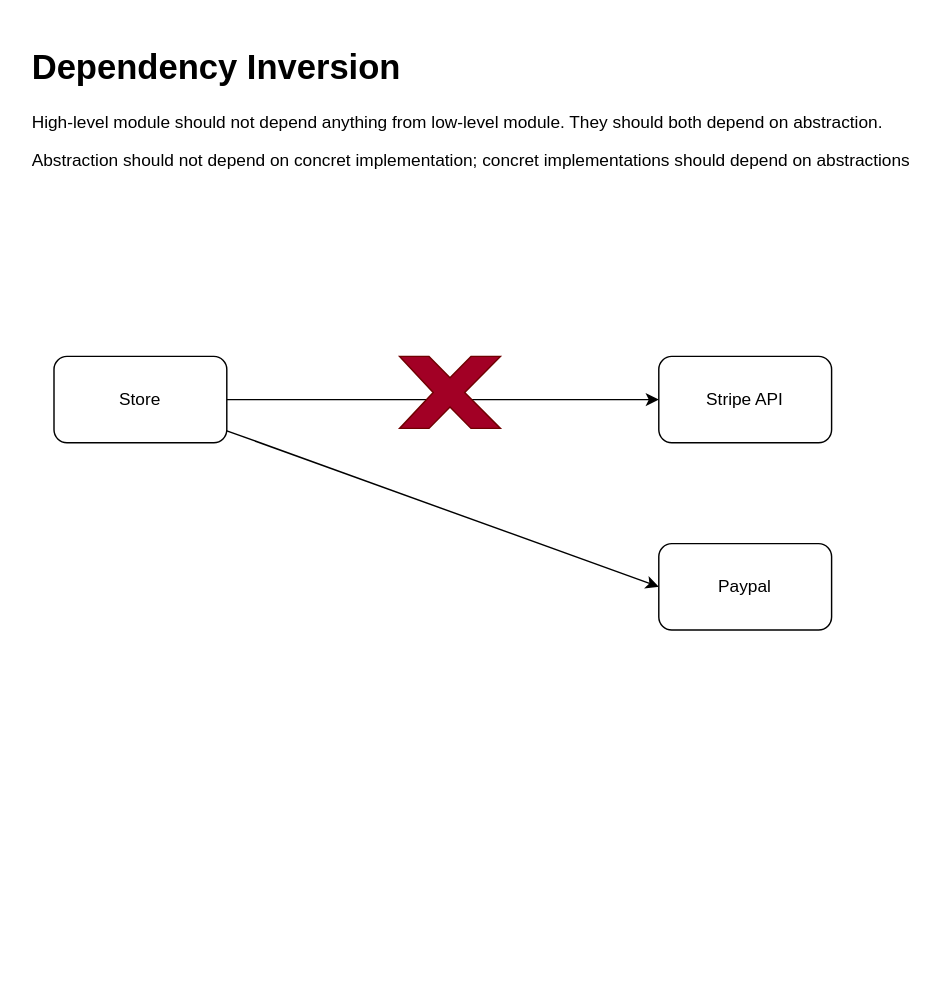
The draw.io diagram Diagram/Diagram.drawio in sithwin/solid-example, before the edit. Source tidied: cells renumbered, new cells numbered last; positions are measured from the earlier drawing's top-left corner, leaving out a move shared by most shapes. Both pictures are drawn from the tidied source at 144%, with x=0, y=0 at pixel (24, 39).
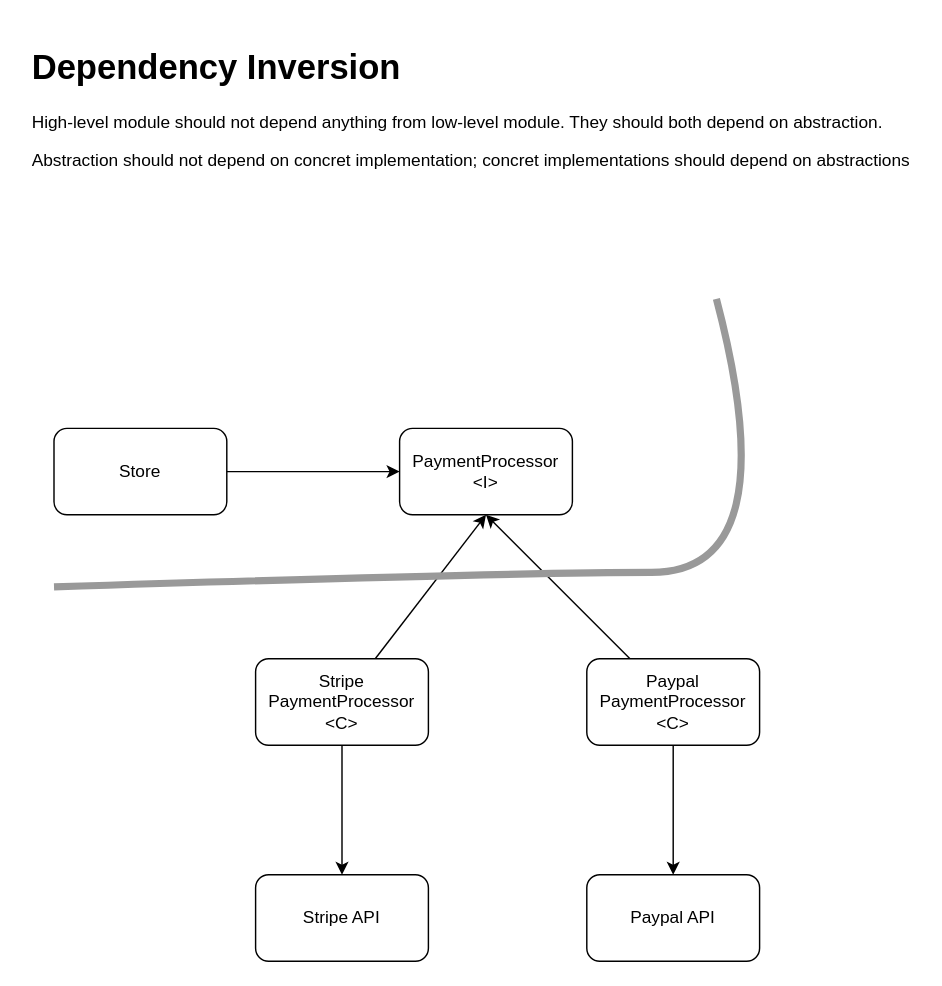
After the change.

The edit, as a diff of the source:
```diff
@@
 <mxGraphModel>
   <root>
     <mxCell id="0" />
     <mxCell id="1" parent="0" />
-    <mxCell id="2" style="edgeStyle=none;html=1;" parent="1" edge="1" source="4" target="5">
-      <mxGeometry relative="1" as="geometry" />
-    </mxCell>
-    <mxCell id="3" style="edgeStyle=none;html=1;entryX=0;entryY=0.5;entryDx=0;entryDy=0;" parent="1" edge="1" source="4" target="7">
-      <mxGeometry relative="1" as="geometry" />
-    </mxCell>
+    <mxCell id="9" style="edgeStyle=none;html=1;entryX=0;entryY=0.5;entryDx=0;entryDy=0;" parent="1" edge="1" source="4" target="10">
+      <mxGeometry relative="1" as="geometry" />
+    </mxCell>
     <mxCell id="4" value="Store" style="rounded=1;whiteSpace=wrap;html=1;" parent="1" vertex="1">
-      <mxGeometry x="20" y="220" width="120" height="60" as="geometry" />
+      <mxGeometry x="20" y="270" width="120" height="60" as="geometry" />
     </mxCell>
     <mxCell id="5" value="Stripe API" style="whiteSpace=wrap;html=1;rounded=1;" parent="1" vertex="1">
-      <mxGeometry x="440" y="220" width="120" height="60" as="geometry" />
+      <mxGeometry x="160" y="580" width="120" height="60" as="geometry" />
     </mxCell>
     <mxCell id="6" value="&lt;h1&gt;Dependency Inversion&lt;/h1&gt;&lt;p&gt;High-level module should not depend anything from low-level module. They should both depend on abstraction.&lt;/p&gt;&lt;p&gt;Abstraction should not depend on concret implementation; concret implementations should depend on abstractions&lt;/p&gt;" style="text;html=1;strokeColor=none;fillColor=none;spacing=5;spacingTop=-20;whiteSpace=wrap;overflow=hidden;rounded=0;" parent="1" vertex="1">
       <mxGeometry width="620" height="120" as="geometry" />
     </mxCell>
-    <mxCell id="7" value="Paypal" style="rounded=1;whiteSpace=wrap;html=1;" parent="1" vertex="1">
-      <mxGeometry x="440" y="350" width="120" height="60" as="geometry" />
+    <mxCell id="7" value="Paypal API" style="rounded=1;whiteSpace=wrap;html=1;" parent="1" vertex="1">
+      <mxGeometry x="390" y="580" width="120" height="60" as="geometry" />
     </mxCell>
-    <mxCell id="8" style="verticalLabelPosition=bottom;verticalAlign=top;html=1;shape=mxgraph.basic.x;fillColor=#a20025;fontColor=#ffffff;strokeColor=#6F0000;" parent="1" vertex="1">
-      <mxGeometry x="260" y="220" width="70" height="50" as="geometry" />
-    </mxCell>
+    <mxCell id="10" value="PaymentProcessor&lt;br&gt;&amp;lt;I&amp;gt;" style="rounded=1;whiteSpace=wrap;html=1;" parent="1" vertex="1">
+      <mxGeometry x="260" y="270" width="120" height="60" as="geometry" />
+    </mxCell>
+    <mxCell id="11" style="edgeStyle=none;html=1;entryX=0.5;entryY=1;entryDx=0;entryDy=0;" parent="1" edge="1" source="13" target="10">
+      <mxGeometry relative="1" as="geometry" />
+    </mxCell>
+    <mxCell id="12" style="edgeStyle=none;html=1;" parent="1" edge="1" source="13" target="5">
+      <mxGeometry relative="1" as="geometry" />
+    </mxCell>
+    <mxCell id="13" value="Stripe PaymentProcessor&lt;br&gt;&amp;lt;C&amp;gt;" style="whiteSpace=wrap;html=1;rounded=1;" parent="1" vertex="1">
+      <mxGeometry x="160" y="430" width="120" height="60" as="geometry" />
+    </mxCell>
+    <mxCell id="14" style="edgeStyle=none;html=1;entryX=0.5;entryY=1;entryDx=0;entryDy=0;" parent="1" edge="1" source="16" target="10">
+      <mxGeometry relative="1" as="geometry" />
+    </mxCell>
+    <mxCell id="15" style="edgeStyle=none;html=1;entryX=0.5;entryY=0;entryDx=0;entryDy=0;" parent="1" edge="1" source="16" target="7">
+      <mxGeometry relative="1" as="geometry" />
+    </mxCell>
+    <mxCell id="16" value="Paypal PaymentProcessor&lt;br&gt;&amp;lt;C&amp;gt;" style="whiteSpace=wrap;html=1;rounded=1;" parent="1" vertex="1">
+      <mxGeometry x="390" y="430" width="120" height="60" as="geometry" />
+    </mxCell>
+    <mxCell id="17" style="curved=1;endArrow=none;html=1;endFill=0;strokeWidth=5;strokeColor=#999999;" parent="1" edge="1">
+      <mxGeometry relative="1" as="geometry">
+        <mxPoint x="20" y="380" as="sourcePoint" />
+        <mxPoint x="480" y="180" as="targetPoint" />
+        <Array as="points">
+          <mxPoint x="340" y="370" />
+          <mxPoint x="530" y="370" />
+        </Array>
+      </mxGeometry>
+    </mxCell>
   </root>
 </mxGraphModel>
```
